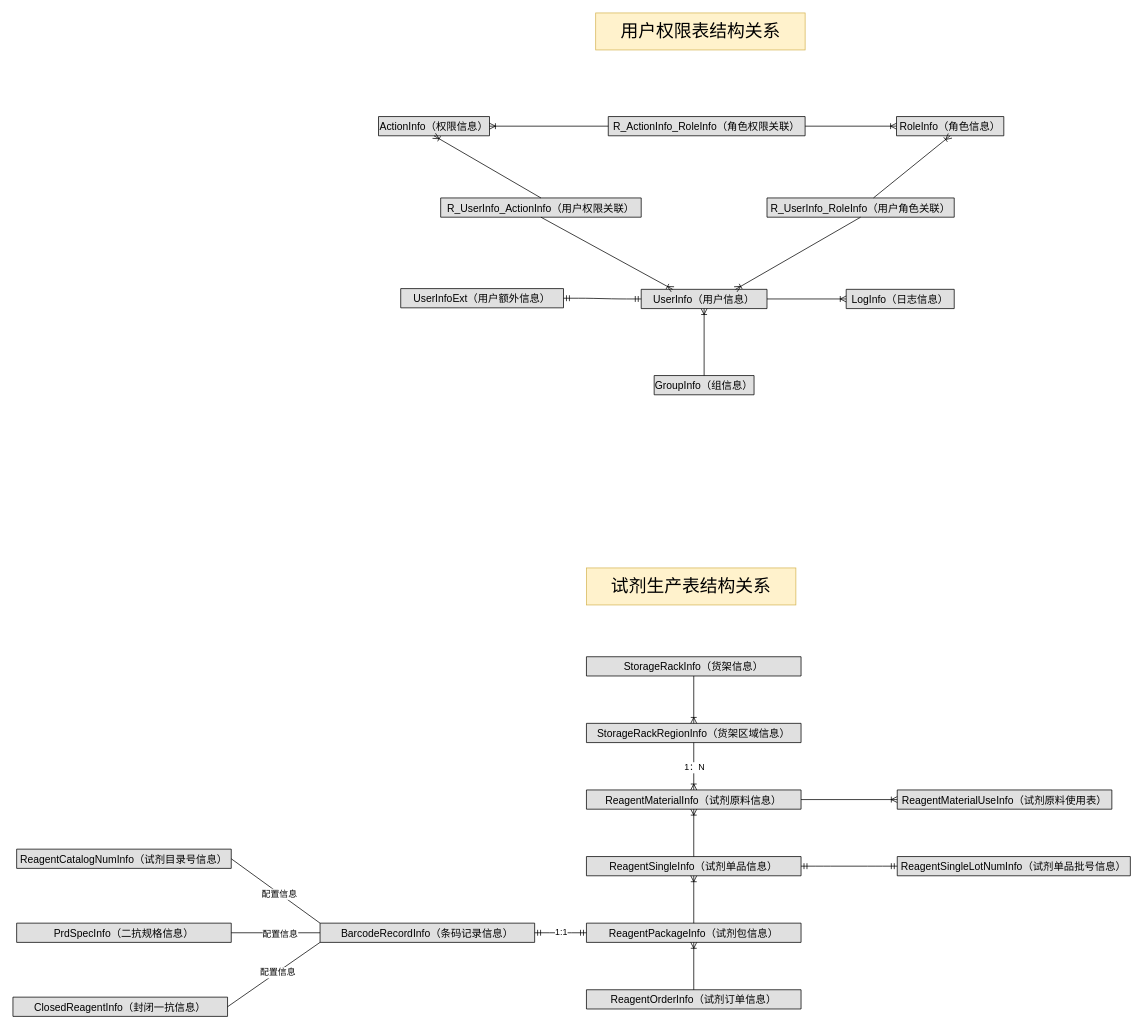
Before: IHC.drawio in GreAmbWang/draw.io, a draw.io diagram. Source tidied: cells renumbered, new cells numbered last; positions are measured from the earlier drawing's top-left corner, leaving out a move shared by most shapes. Both pictures are drawn from the tidied source at 74%, with x=0, y=0 at pixel (13, 13).
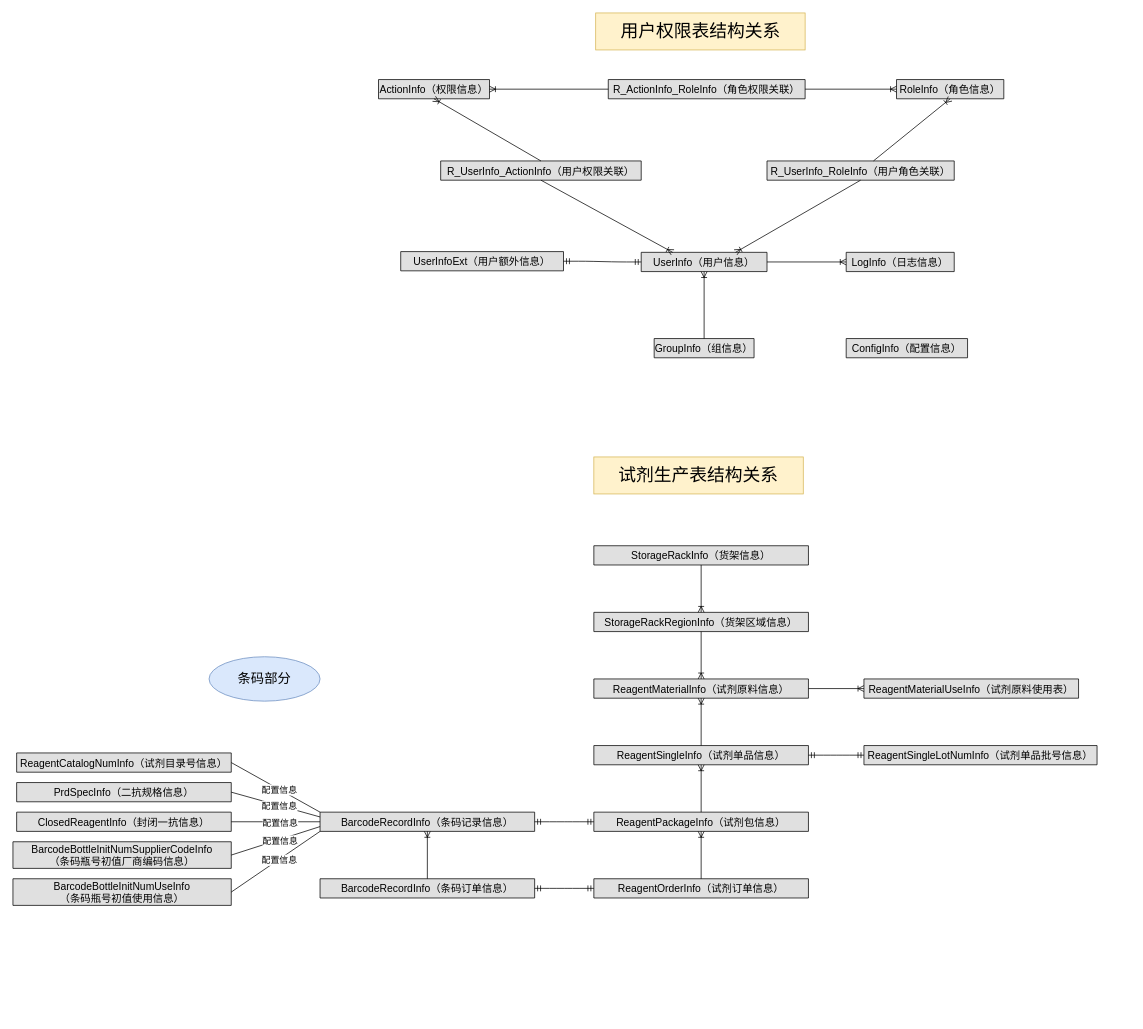
The same diagram, later.

The change refers to these unchanged cells:
```xml
<mxCell id="40" style="fontSize=12;html=1;endArrow=ERoneToMany;entryX=0.5;entryY=0;entryDx=0;entryDy=0;exitX=0.5;exitY=1;exitDx=0;exitDy=0;" parent="1" edge="1" source="32" target="33">
  <mxGeometry relative="1" as="geometry" />
</mxCell>
<mxCell id="47" style="edgeStyle=entityRelationEdgeStyle;fontSize=12;html=1;endArrow=ERmandOne;startArrow=ERmandOne;entryX=0;entryY=0.5;entryDx=0;entryDy=0;exitX=1;exitY=0.5;exitDx=0;exitDy=0;" parent="1" edge="1" source="23" target="37">
  <mxGeometry relative="1" as="geometry" />
</mxCell>
```

Change to the diagram source:
```diff
@@
     <mxCell id="2" value="UserInfo（用户信息）" style="swimlane;fontStyle=0;horizontal=1;startSize=26;fillColor=#e0e0e0;swimlaneFillColor=#ffffff;align=center;fontSize=14;" parent="1" vertex="1" collapsed="1">
-      <mxGeometry x="849" y="373.5" width="170" height="26" as="geometry" />
+      <mxGeometry x="849" y="323.5" width="170" height="26" as="geometry" />
     </mxCell>
     <mxCell id="3" value="GroupInfo（组信息）" style="swimlane;fontStyle=0;horizontal=1;startSize=26;fillColor=#e0e0e0;swimlaneFillColor=#ffffff;align=center;fontSize=14;" parent="1" vertex="1" collapsed="1">
-      <mxGeometry x="866.5" y="490" width="135" height="26" as="geometry" />
+      <mxGeometry x="866.5" y="440" width="135" height="26" as="geometry" />
     </mxCell>
     <mxCell id="4" value="ActionInfo（权限信息）" style="swimlane;fontStyle=0;horizontal=1;startSize=26;fillColor=#e0e0e0;swimlaneFillColor=#ffffff;align=center;fontSize=14;" parent="1" vertex="1" collapsed="1">
-      <mxGeometry x="494" y="140" width="150" height="26" as="geometry" />
+      <mxGeometry x="494" y="90" width="150" height="26" as="geometry" />
     </mxCell>
@@
     <mxCell id="6" value="RoleInfo（角色信息）" style="swimlane;fontStyle=0;horizontal=1;startSize=26;fillColor=#e0e0e0;swimlaneFillColor=#ffffff;align=center;fontSize=14;" parent="1" vertex="1" collapsed="1">
-      <mxGeometry x="1194" y="140" width="145" height="26" as="geometry" />
+      <mxGeometry x="1194" y="90" width="145" height="26" as="geometry" />
     </mxCell>
     <mxCell id="7" value="R_UserInfo_RoleInfo（用户角色关联）" style="swimlane;fontStyle=0;horizontal=1;startSize=26;fillColor=#e0e0e0;swimlaneFillColor=#ffffff;align=center;fontSize=14;" parent="1" vertex="1" collapsed="1">
-      <mxGeometry x="1019" y="250" width="253" height="26" as="geometry" />
+      <mxGeometry x="1019" y="200" width="253" height="26" as="geometry" />
     </mxCell>
@@
     <mxCell id="10" value="R_UserInfo_ActionInfo（用户权限关联）" style="swimlane;fontStyle=0;horizontal=1;startSize=26;fillColor=#e0e0e0;swimlaneFillColor=#ffffff;align=center;fontSize=14;" parent="1" vertex="1" collapsed="1">
-      <mxGeometry x="578" y="250" width="271" height="26" as="geometry" />
+      <mxGeometry x="578" y="200" width="271" height="26" as="geometry" />
     </mxCell>
@@
     <mxCell id="13" value="R_ActionInfo_RoleInfo（角色权限关联）" style="swimlane;fontStyle=0;horizontal=1;startSize=26;fillColor=#e0e0e0;swimlaneFillColor=#ffffff;align=center;fontSize=14;" parent="1" vertex="1" collapsed="1">
-      <mxGeometry x="804.5" y="140" width="266" height="26" as="geometry" />
+      <mxGeometry x="804.5" y="90" width="266" height="26" as="geometry" />
     </mxCell>
@@
     <mxCell id="16" value="UserInfoExt（用户额外信息）" style="swimlane;fontStyle=0;horizontal=1;startSize=26;fillColor=#e0e0e0;swimlaneFillColor=#ffffff;align=center;fontSize=14;" parent="1" vertex="1" collapsed="1">
-      <mxGeometry x="524" y="372.5" width="220" height="26" as="geometry" />
+      <mxGeometry x="524" y="322.5" width="220" height="26" as="geometry" />
     </mxCell>
@@
     <mxCell id="19" value="LogInfo（日志信息）" style="swimlane;fontStyle=0;horizontal=1;startSize=26;fillColor=#e0e0e0;swimlaneFillColor=#ffffff;align=center;fontSize=14;" parent="1" vertex="1" collapsed="1">
-      <mxGeometry x="1126" y="373.5" width="146" height="26" as="geometry" />
+      <mxGeometry x="1126" y="323.5" width="146" height="26" as="geometry" />
     </mxCell>
     <mxCell id="20" value="ReagentCatalogNumInfo（试剂目录号信息）" style="swimlane;fontStyle=0;horizontal=1;startSize=26;fillColor=#e0e0e0;swimlaneFillColor=#ffffff;align=center;fontSize=14;" parent="1" vertex="1" collapsed="1">
-      <mxGeometry x="5" y="1130" width="290" height="26" as="geometry" />
+      <mxGeometry x="5" y="1000" width="290" height="26" as="geometry" />
     </mxCell>
     <mxCell id="21" value="PrdSpecInfo（二抗规格信息）" style="swimlane;fontStyle=0;horizontal=1;startSize=26;fillColor=#e0e0e0;swimlaneFillColor=#ffffff;align=center;fontSize=14;" parent="1" vertex="1" collapsed="1">
-      <mxGeometry x="5" y="1230" width="290" height="26" as="geometry" />
+      <mxGeometry x="5" y="1040" width="290" height="26" as="geometry" />
     </mxCell>
     <mxCell id="22" value="ClosedReagentInfo（封闭一抗信息）" style="swimlane;fontStyle=0;horizontal=1;startSize=26;fillColor=#e0e0e0;swimlaneFillColor=#ffffff;align=center;fontSize=14;" parent="1" vertex="1" collapsed="1">
-      <mxGeometry y="1330" width="290" height="26" as="geometry" />
+      <mxGeometry x="5" y="1080" width="290" height="26" as="geometry" />
     </mxCell>
     <mxCell id="23" value="BarcodeRecordInfo（条码记录信息）" style="swimlane;fontStyle=0;horizontal=1;startSize=26;fillColor=#e0e0e0;swimlaneFillColor=#ffffff;align=center;fontSize=14;" parent="1" vertex="1" collapsed="1">
-      <mxGeometry x="415" y="1230" width="290" height="26" as="geometry" />
+      <mxGeometry x="415" y="1080" width="290" height="26" as="geometry" />
     </mxCell>
@@
-    <mxCell id="26" style="endArrow=none;html=1;rounded=0;exitX=1;exitY=0.5;exitDx=0;exitDy=0;entryX=0;entryY=0.5;entryDx=0;entryDy=0;" parent="1" edge="1" source="21" target="23">
+    <mxCell id="26" style="endArrow=none;html=1;rounded=0;exitX=1;exitY=0.5;exitDx=0;exitDy=0;entryX=0;entryY=0.25;entryDx=0;entryDy=0;" parent="1" edge="1" source="21" target="23">
       <mxGeometry relative="1" as="geometry" />
     </mxCell>
@@
-    <mxCell id="28" style="endArrow=none;html=1;rounded=0;exitX=1;exitY=0.5;exitDx=0;exitDy=0;entryX=0;entryY=1;entryDx=0;entryDy=0;" parent="1" edge="1" source="22" target="23">
+    <mxCell id="28" style="endArrow=none;html=1;rounded=0;exitX=1;exitY=0.5;exitDx=0;exitDy=0;entryX=0;entryY=0.5;entryDx=0;entryDy=0;" parent="1" edge="1" source="22" target="23">
       <mxGeometry relative="1" as="geometry" />
     </mxCell>
@@
     <mxCell id="30" value="&lt;font style=&quot;font-size: 24px&quot;&gt;试剂生产表结构关系&lt;/font&gt;" style="text;html=1;strokeColor=#d6b656;fillColor=#fff2cc;align=center;verticalAlign=middle;whiteSpace=wrap;rounded=0;" parent="1" vertex="1">
-      <mxGeometry x="775" y="750" width="283" height="50" as="geometry" />
+      <mxGeometry x="785" y="600" width="283" height="50" as="geometry" />
     </mxCell>
     <mxCell id="31" value="StorageRackInfo（货架信息）" style="swimlane;fontStyle=0;horizontal=1;startSize=26;fillColor=#e0e0e0;swimlaneFillColor=#ffffff;align=center;fontSize=14;" parent="1" vertex="1" collapsed="1">
-      <mxGeometry x="775" y="870" width="290" height="26" as="geometry" />
+      <mxGeometry x="785" y="720" width="290" height="26" as="geometry" />
     </mxCell>
     <mxCell id="32" value="StorageRackRegionInfo（货架区域信息）" style="swimlane;fontStyle=0;horizontal=1;startSize=26;fillColor=#e0e0e0;swimlaneFillColor=#ffffff;align=center;fontSize=14;" parent="1" vertex="1" collapsed="1">
-      <mxGeometry x="775" y="960" width="290" height="26" as="geometry" />
+      <mxGeometry x="785" y="810" width="290" height="26" as="geometry" />
     </mxCell>
     <mxCell id="33" value="ReagentMaterialInfo（试剂原料信息）" style="swimlane;fontStyle=0;horizontal=1;startSize=26;fillColor=#e0e0e0;swimlaneFillColor=#ffffff;align=center;fontSize=14;" parent="1" vertex="1" collapsed="1">
-      <mxGeometry x="775" y="1050" width="290" height="26" as="geometry" />
+      <mxGeometry x="785" y="900" width="290" height="26" as="geometry" />
     </mxCell>
     <mxCell id="34" value="ReagentMaterialUseInfo（试剂原料使用表）" style="swimlane;fontStyle=0;horizontal=1;startSize=26;fillColor=#e0e0e0;swimlaneFillColor=#ffffff;align=center;fontSize=14;" parent="1" vertex="1" collapsed="1">
-      <mxGeometry x="1195" y="1050" width="290" height="26" as="geometry" />
+      <mxGeometry x="1150" y="900" width="290" height="26" as="geometry" />
     </mxCell>
     <mxCell id="35" value="ReagentSingleInfo（试剂单品信息）" style="swimlane;fontStyle=0;horizontal=1;startSize=26;fillColor=#e0e0e0;swimlaneFillColor=#ffffff;align=center;fontSize=14;" parent="1" vertex="1" collapsed="1">
-      <mxGeometry x="775" y="1140" width="290" height="26" as="geometry" />
+      <mxGeometry x="785" y="990" width="290" height="26" as="geometry" />
     </mxCell>
     <mxCell id="36" value="ReagentSingleLotNumInfo（试剂单品批号信息）" style="swimlane;fontStyle=0;horizontal=1;startSize=26;fillColor=#e0e0e0;swimlaneFillColor=#ffffff;align=center;fontSize=14;" parent="1" vertex="1" collapsed="1">
-      <mxGeometry x="1195" y="1140" width="315" height="26" as="geometry" />
+      <mxGeometry x="1150" y="990" width="315" height="26" as="geometry" />
     </mxCell>
     <mxCell id="37" value="ReagentPackageInfo（试剂包信息）" style="swimlane;fontStyle=0;horizontal=1;startSize=26;fillColor=#e0e0e0;swimlaneFillColor=#ffffff;align=center;fontSize=14;" parent="1" vertex="1" collapsed="1">
-      <mxGeometry x="775" y="1230" width="290" height="26" as="geometry" />
+      <mxGeometry x="785" y="1080" width="290" height="26" as="geometry" />
     </mxCell>
     <mxCell id="38" value="ReagentOrderInfo（试剂订单信息）" style="swimlane;fontStyle=0;horizontal=1;startSize=26;fillColor=#e0e0e0;swimlaneFillColor=#ffffff;align=center;fontSize=14;" parent="1" vertex="1" collapsed="1">
-      <mxGeometry x="775" y="1320" width="290" height="26" as="geometry" />
+      <mxGeometry x="785" y="1170" width="290" height="26" as="geometry" />
     </mxCell>
@@
-    <mxCell id="41" value="1：N" style="text;html=1;align=center;verticalAlign=middle;labelBackgroundColor=#ffffff;" parent="40" vertex="1">
-      <mxGeometry x="0.23" y="1" relative="1" as="geometry">
-        <mxPoint x="-1" y="-5.2" as="offset" />
-      </mxGeometry>
-    </mxCell>
@@
-    <mxCell id="48" value="1:1" style="text;html=1;align=center;verticalAlign=middle;labelBackgroundColor=#ffffff;" parent="47" vertex="1">
-      <mxGeometry y="1" relative="1" as="geometry" />
-    </mxCell>
@@
+    <mxCell id="50" value="ConfigInfo（配置信息）" style="swimlane;fontStyle=0;horizontal=1;startSize=26;fillColor=#e0e0e0;swimlaneFillColor=#ffffff;align=center;fontSize=14;" parent="1" vertex="1" collapsed="1">
+      <mxGeometry x="1126" y="440" width="164" height="26" as="geometry" />
+    </mxCell>
+    <mxCell id="51" value="BarcodeRecordInfo（条码订单信息）" style="swimlane;fontStyle=0;horizontal=1;startSize=26;fillColor=#e0e0e0;swimlaneFillColor=#ffffff;align=center;fontSize=14;" parent="1" vertex="1" collapsed="1">
+      <mxGeometry x="415" y="1170" width="290" height="26" as="geometry" />
+    </mxCell>
+    <mxCell id="52" style="fontSize=12;html=1;endArrow=ERoneToMany;entryX=0.5;entryY=1;entryDx=0;entryDy=0;exitX=0.5;exitY=0;exitDx=0;exitDy=0;" parent="1" edge="1" source="51" target="23">
+      <mxGeometry relative="1" as="geometry" />
+    </mxCell>
+    <mxCell id="53" style="edgeStyle=entityRelationEdgeStyle;fontSize=12;html=1;endArrow=ERmandOne;startArrow=ERmandOne;entryX=0;entryY=0.5;entryDx=0;entryDy=0;exitX=1;exitY=0.5;exitDx=0;exitDy=0;" parent="1" edge="1" source="51" target="38">
+      <mxGeometry relative="1" as="geometry" />
+    </mxCell>
+    <mxCell id="54" value="&lt;font style=&quot;font-size: 18px&quot;&gt;条码部分&lt;/font&gt;" style="ellipse;whiteSpace=wrap;html=1;align=center;fillColor=#dae8fc;strokeColor=#6c8ebf;" parent="1" vertex="1">
+      <mxGeometry x="265" y="870" width="150" height="60" as="geometry" />
+    </mxCell>
+    <mxCell id="55" value="BarcodeBottleInitNumSupplierCodeInfo&#10;（条码瓶号初值厂商编码信息）" style="swimlane;fontStyle=0;horizontal=1;startSize=36;fillColor=#e0e0e0;swimlaneFillColor=#ffffff;align=center;fontSize=14;" parent="1" vertex="1" collapsed="1">
+      <mxGeometry y="1120" width="295" height="36" as="geometry" />
+    </mxCell>
+    <mxCell id="56" style="endArrow=none;html=1;rounded=0;exitX=1;exitY=0.5;exitDx=0;exitDy=0;entryX=0;entryY=0.75;entryDx=0;entryDy=0;" parent="1" edge="1" source="55" target="23">
+      <mxGeometry relative="1" as="geometry" />
+    </mxCell>
+    <mxCell id="57" value="配置信息" style="text;html=1;align=center;verticalAlign=middle;labelBackgroundColor=#ffffff;" parent="56" vertex="1">
+      <mxGeometry x="0.08" y="-1" relative="1" as="geometry" />
+    </mxCell>
+    <mxCell id="58" value="BarcodeBottleInitNumUseInfo&#10;（条码瓶号初值使用信息）" style="swimlane;fontStyle=0;horizontal=1;startSize=36;fillColor=#e0e0e0;swimlaneFillColor=#ffffff;align=center;fontSize=14;" parent="1" vertex="1" collapsed="1">
+      <mxGeometry y="1170" width="295" height="36" as="geometry" />
+    </mxCell>
+    <mxCell id="59" style="endArrow=none;html=1;rounded=0;exitX=1;exitY=0.5;exitDx=0;exitDy=0;entryX=0;entryY=1;entryDx=0;entryDy=0;" parent="1" edge="1" source="58" target="23">
+      <mxGeometry relative="1" as="geometry" />
+    </mxCell>
+    <mxCell id="60" value="配置信息" style="text;html=1;align=center;verticalAlign=middle;labelBackgroundColor=#ffffff;" parent="59" vertex="1">
+      <mxGeometry x="0.08" y="-1" relative="1" as="geometry" />
+    </mxCell>
```
